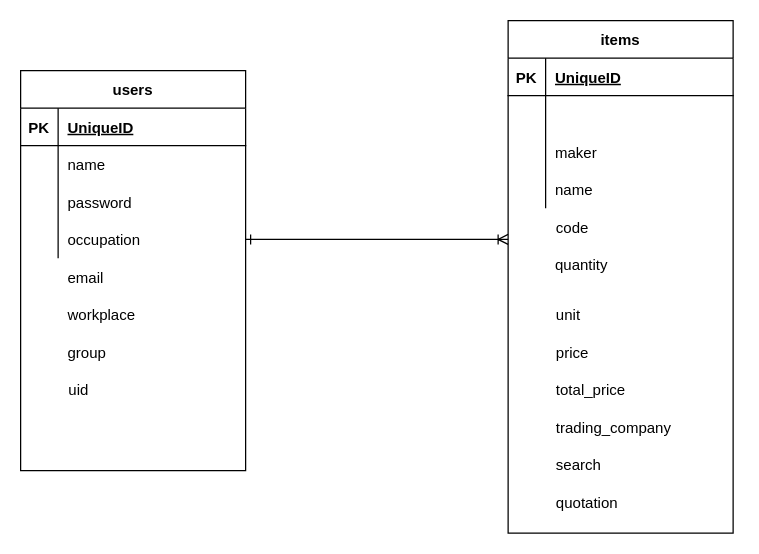
Above: ER.dio in d-cho623/ponyosky (draw.io), before the change. Source tidied: cells renumbered, new cells numbered last; positions are measured from the earlier drawing's top-left corner, leaving out a move shared by most shapes. Both pictures are drawn from the tidied source at 125%, with x=0, y=0 at pixel (20, 20).
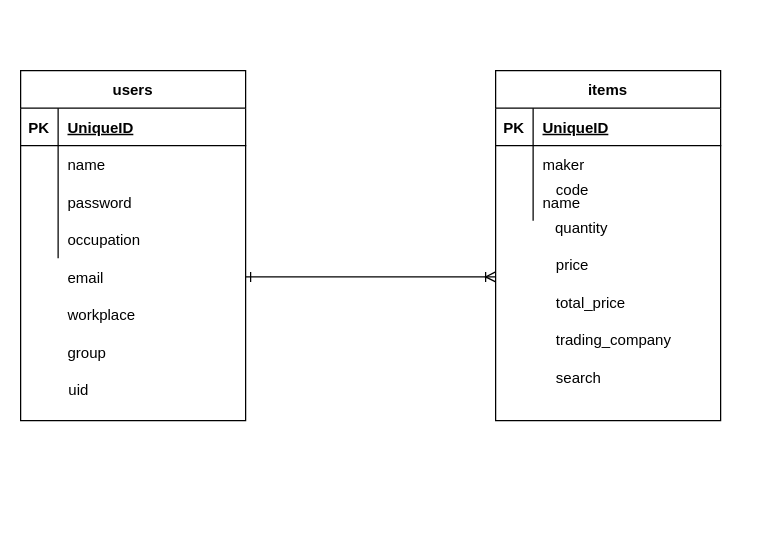
Above is the later version.

The change refers to these unchanged cells:
```xml
<mxCell id="25" style="shape=partialRectangle;fillColor=none;top=0;left=0;bottom=0;right=0;points=[[0,0.5],[1,0.5]];portConstraint=eastwest;" parent="15" vertex="1">
  <mxGeometry y="120" width="180" height="30" as="geometry" />
</mxCell>
<mxCell id="28" style="shape=partialRectangle;fillColor=none;top=0;left=0;bottom=0;right=0;points=[[0,0.5],[1,0.5]];portConstraint=eastwest;" parent="1" vertex="1">
  <mxGeometry y="190" width="180" height="30" as="geometry" />
</mxCell>
```

Diff of the diagram source:
```diff
@@
     <mxCell id="2" value="items" style="shape=table;startSize=30;childLayout=tableLayout;rowLines=0;fontStyle=1;align=center;" parent="1" vertex="1">
-      <mxGeometry x="390" width="180" height="410" as="geometry" />
+      <mxGeometry x="380" y="40" width="180" height="280" as="geometry" />
     </mxCell>
@@
-    <mxCell id="6" style="shape=partialRectangle;fillColor=none;top=0;left=0;bottom=0;right=0;" parent="2" vertex="1">
-      <mxGeometry y="60" width="180" height="30" as="geometry" />
-    </mxCell>
-    <mxCell id="7" style="shape=partialRectangle;fillColor=none;top=0;left=0;bottom=0;right=0;overflow=hidden;" parent="6" vertex="1">
-      <mxGeometry width="30" height="30" as="geometry" />
-    </mxCell>
-    <mxCell id="8" style="shape=partialRectangle;fillColor=none;top=0;left=0;bottom=0;right=0;align=left;spacingLeft=6;overflow=hidden;" parent="6" vertex="1">
-      <mxGeometry x="30" width="150" height="30" as="geometry" />
-    </mxCell>
     <mxCell id="9" style="shape=partialRectangle;fillColor=none;top=0;left=0;bottom=0;right=0;" parent="2" vertex="1">
-      <mxGeometry y="90" width="180" height="30" as="geometry" />
+      <mxGeometry y="60" width="180" height="30" as="geometry" />
     </mxCell>
@@
     <mxCell id="12" style="shape=partialRectangle;fillColor=none;top=0;left=0;bottom=0;right=0;" parent="2" vertex="1">
-      <mxGeometry y="120" width="180" height="30" as="geometry" />
+      <mxGeometry y="90" width="180" height="30" as="geometry" />
     </mxCell>
@@
     <mxCell id="15" value="users" style="shape=table;startSize=30;childLayout=tableLayout;rowLines=0;fontStyle=1;align=center;" parent="1" vertex="1">
-      <mxGeometry y="40" width="180" height="320" as="geometry" />
+      <mxGeometry y="40" width="180" height="280" as="geometry" />
     </mxCell>
@@
+    <mxCell id="67" style="edgeStyle=orthogonalEdgeStyle;rounded=0;jettySize=auto;html=1;exitX=1;exitY=0.5;exitDx=0;exitDy=0;startArrow=ERone;startFill=0;endArrow=ERoneToMany;endFill=0;" parent="1" edge="1" source="28">
+      <mxGeometry relative="1" as="geometry">
+        <mxPoint x="380" y="205" as="targetPoint" />
+      </mxGeometry>
+    </mxCell>
@@
     <mxCell id="37" style="shape=partialRectangle;fillColor=none;top=0;left=0;bottom=0;right=0;" parent="1" vertex="1">
-      <mxGeometry x="390" y="150" width="184" height="30" as="geometry" />
+      <mxGeometry x="390" y="120" width="184" height="30" as="geometry" />
     </mxCell>
@@
-    <mxCell id="40" style="shape=partialRectangle;fillColor=none;top=0;left=0;bottom=0;right=0;" parent="1" vertex="1">
-      <mxGeometry x="394" y="230" width="180" height="30" as="geometry" />
-    </mxCell>
-    <mxCell id="41" style="shape=partialRectangle;fillColor=none;top=0;left=0;bottom=0;right=0;overflow=hidden;" parent="40" vertex="1">
-      <mxGeometry width="30" height="30" as="geometry" />
-    </mxCell>
     <mxCell id="42" style="shape=partialRectangle;fillColor=none;top=0;left=0;bottom=0;right=0;" parent="1" vertex="1">
-      <mxGeometry x="390" y="170" width="180" height="30" as="geometry" />
+      <mxGeometry x="390" y="140" width="180" height="30" as="geometry" />
     </mxCell>
@@
-    <mxCell id="45" style="shape=partialRectangle;fillColor=none;top=0;left=0;bottom=0;right=0;" parent="1" vertex="1">
-      <mxGeometry x="390" y="220" width="184" height="30" as="geometry" />
-    </mxCell>
-    <mxCell id="46" style="shape=partialRectangle;fillColor=none;top=0;left=0;bottom=0;right=0;overflow=hidden;" parent="45" vertex="1">
-      <mxGeometry width="30.7" height="30" as="geometry" />
-    </mxCell>
-    <mxCell id="47" value="unit" style="shape=partialRectangle;fillColor=none;top=0;left=0;bottom=0;right=0;align=left;spacingLeft=6;overflow=hidden;" parent="45" vertex="1">
-      <mxGeometry x="30.7" width="153.3" height="30" as="geometry" />
-    </mxCell>
     <mxCell id="48" style="shape=partialRectangle;fillColor=none;top=0;left=0;bottom=0;right=0;" parent="1" vertex="1">
-      <mxGeometry x="390" y="250" width="184" height="30" as="geometry" />
+      <mxGeometry x="390" y="180" width="184" height="30" as="geometry" />
     </mxCell>
@@
     <mxCell id="51" style="shape=partialRectangle;fillColor=none;top=0;left=0;bottom=0;right=0;" parent="1" vertex="1">
-      <mxGeometry x="390" y="280" width="184" height="30" as="geometry" />
+      <mxGeometry x="390" y="210" width="184" height="30" as="geometry" />
     </mxCell>
@@
     <mxCell id="54" style="shape=partialRectangle;fillColor=none;top=0;left=0;bottom=0;right=0;" parent="1" vertex="1">
-      <mxGeometry x="390" y="310" width="184" height="30" as="geometry" />
+      <mxGeometry x="390" y="240" width="184" height="30" as="geometry" />
     </mxCell>
@@
     <mxCell id="57" style="shape=partialRectangle;fillColor=none;top=0;left=0;bottom=0;right=0;" parent="1" vertex="1">
-      <mxGeometry x="390" y="340" width="184" height="30" as="geometry" />
+      <mxGeometry x="390" y="270" width="184" height="30" as="geometry" />
     </mxCell>
@@
-    <mxCell id="60" style="shape=partialRectangle;fillColor=none;top=0;left=0;bottom=0;right=0;" parent="1" vertex="1">
-      <mxGeometry x="390" y="370" width="184" height="30" as="geometry" />
-    </mxCell>
-    <mxCell id="61" style="shape=partialRectangle;fillColor=none;top=0;left=0;bottom=0;right=0;overflow=hidden;" parent="60" vertex="1">
-      <mxGeometry width="30.7" height="30" as="geometry" />
-    </mxCell>
-    <mxCell id="62" value="quotation" style="shape=partialRectangle;fillColor=none;top=0;left=0;bottom=0;right=0;align=left;spacingLeft=6;overflow=hidden;" parent="60" vertex="1">
-      <mxGeometry x="30.7" width="153.3" height="30" as="geometry" />
-    </mxCell>
-    <mxCell id="63" style="edgeStyle=orthogonalEdgeStyle;rounded=0;jettySize=auto;html=1;exitX=1;exitY=0.5;exitDx=0;exitDy=0;endArrow=ERoneToMany;endFill=0;startArrow=ERone;startFill=0;" parent="1" edge="1" source="25">
-      <mxGeometry relative="1" as="geometry">
-        <mxPoint x="390" y="175" as="targetPoint" />
-      </mxGeometry>
-    </mxCell>
```
